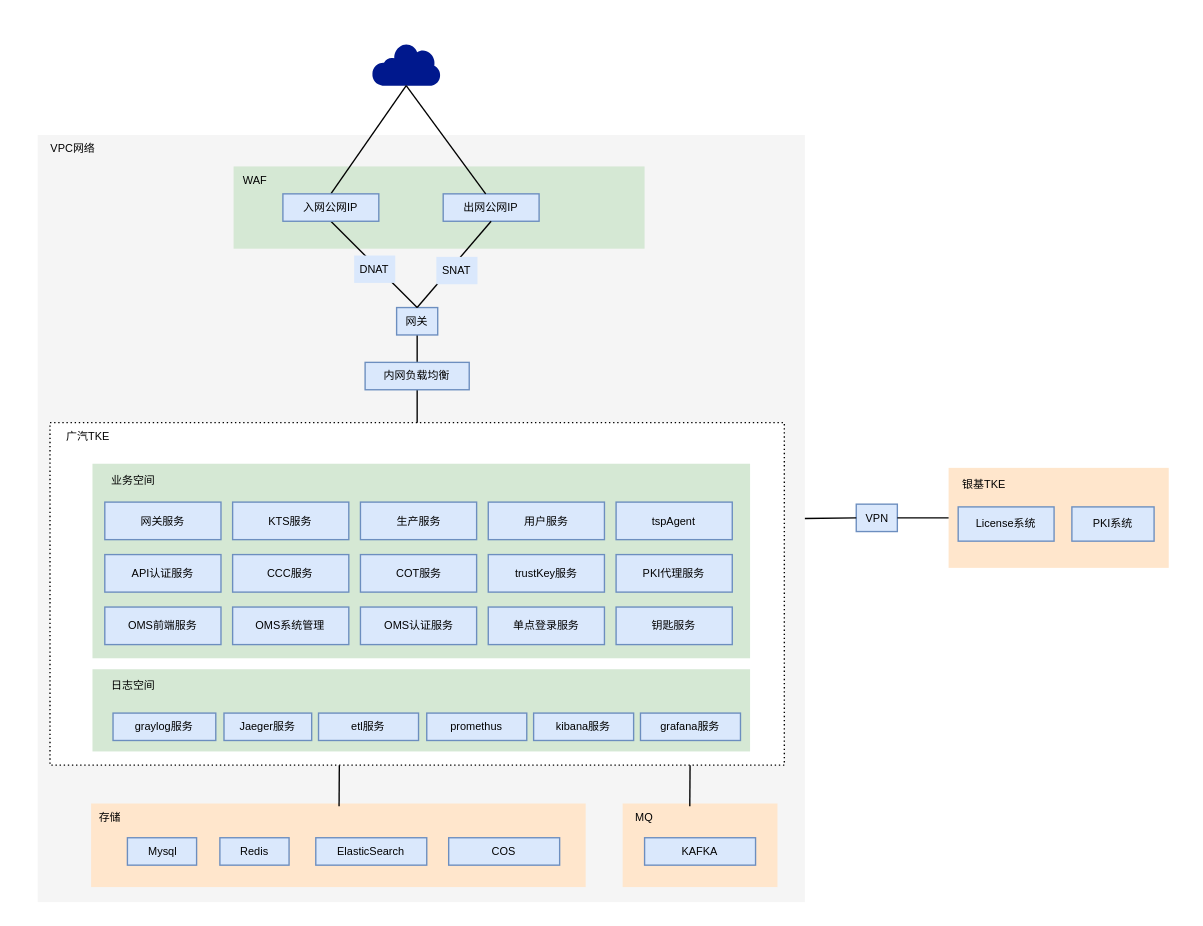
This is 未命名绘图.drawio from jianguocong/chart, a draw.io file, before an edit. Source tidied: cells renumbered, new cells numbered last; positions are measured from the earlier drawing's top-left corner, leaving out a move shared by most shapes. Both pictures are drawn from the tidied source at 137%, with x=0, y=0 at pixel (27, 42).
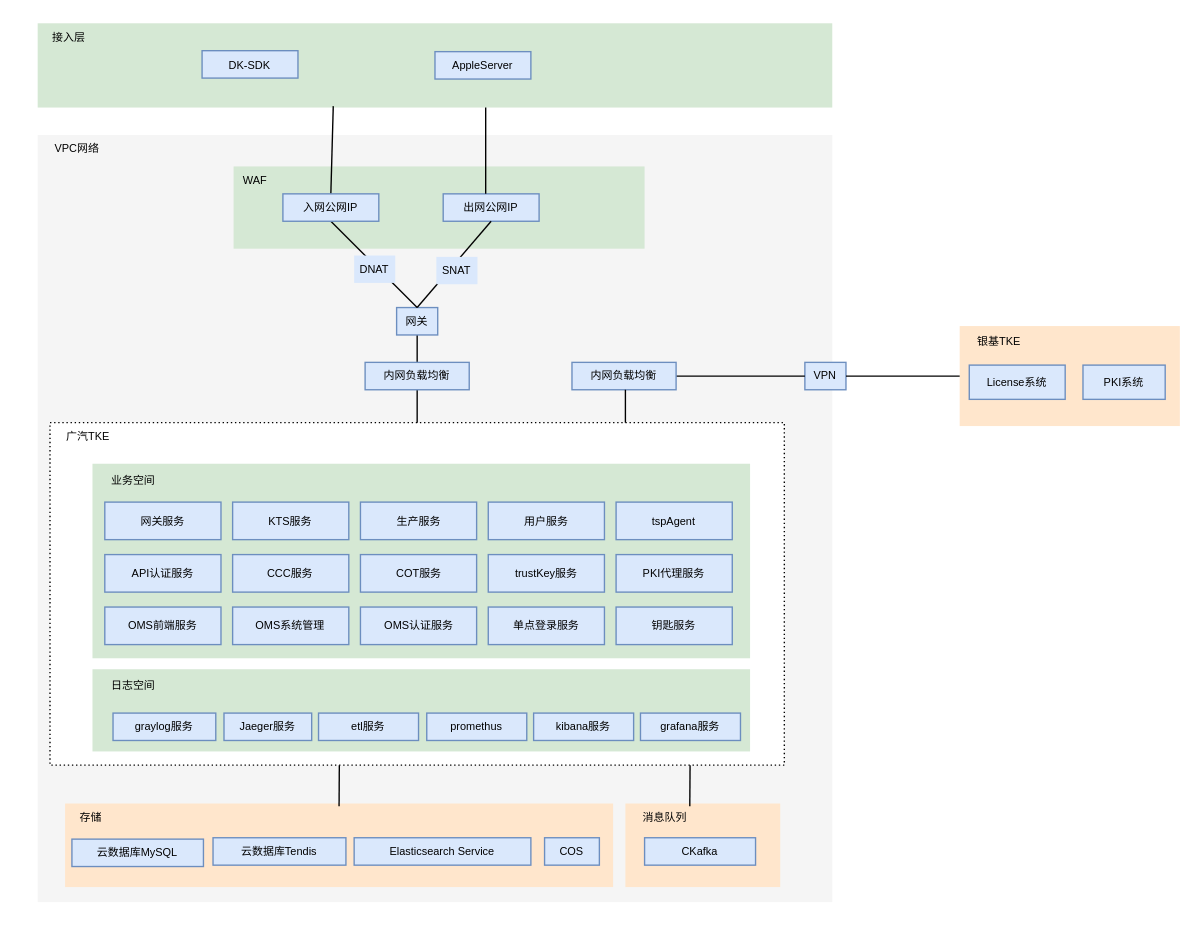
The same page after the edit.

Commit message (it also covers changes not shown here):
更新未命名绘图.drawio

Unchanged cells that the change refers to:
```xml
<mxCell id="23" value="出网公网IP" style="rounded=0;whiteSpace=wrap;html=1;fillColor=#dae8fc;strokeColor=#6c8ebf;fontSize=8;" parent="1" vertex="1">
  <mxGeometry x="303" y="110" width="70" height="20" as="geometry" />
</mxCell>
```

What changed in the source:
```diff
@@
+    <mxCell id="67" style="rounded=0;whiteSpace=wrap;html=1;fillColor=#d5e8d4;strokeColor=none;fontSize=8;" parent="1" vertex="1">
+      <mxGeometry x="7" y="-14.5" width="580" height="61.5" as="geometry" />
+    </mxCell>
     <mxCell id="2" style="rounded=0;whiteSpace=wrap;html=1;fillColor=#f5f5f5;strokeColor=none;fontSize=8;fontColor=#333333;" parent="1" vertex="1">
-      <mxGeometry x="7" y="67" width="560" height="560" as="geometry" />
+      <mxGeometry x="7" y="67" width="580" height="560" as="geometry" />
     </mxCell>
@@
     <mxCell id="5" style="rounded=0;whiteSpace=wrap;html=1;fillColor=#ffe6cc;strokeColor=none;fontSize=8;" parent="1" vertex="1">
-      <mxGeometry x="46" y="555" width="361" height="61" as="geometry" />
+      <mxGeometry x="27" y="555" width="400" height="61" as="geometry" />
     </mxCell>
@@
-    <mxCell id="10" style="sketch=0;shadow=0;dashed=0;html=1;strokeColor=none;labelPosition=center;verticalLabelPosition=bottom;verticalAlign=top;align=center;fillColor=#00188D;shape=mxgraph.mscae.enterprise.internet;fontSize=8;" parent="1" vertex="1">
-      <mxGeometry x="251" width="50" height="31" as="geometry" />
-    </mxCell>
@@
     <mxCell id="13" style="rounded=0;whiteSpace=wrap;html=1;fillColor=#ffe6cc;strokeColor=none;fontSize=8;" parent="1" vertex="1">
-      <mxGeometry x="671.9" y="310" width="160.7" height="73" as="geometry" />
+      <mxGeometry x="680" y="206.5" width="160.7" height="73" as="geometry" />
     </mxCell>
     <mxCell id="14" value="PKI系统" style="rounded=0;whiteSpace=wrap;html=1;fillColor=#dae8fc;strokeColor=#6c8ebf;fontSize=8;" parent="1" vertex="1">
-      <mxGeometry x="761.9" y="338.5" width="60" height="25" as="geometry" />
+      <mxGeometry x="770" y="235" width="60" height="25" as="geometry" />
     </mxCell>
     <mxCell id="15" value="银基TKE" style="rounded=0;whiteSpace=wrap;html=1;strokeColor=none;fillColor=none;fontSize=8;" parent="1" vertex="1">
-      <mxGeometry x="668.9" y="311.5" width="58" height="20" as="geometry" />
+      <mxGeometry x="680" y="208" width="58" height="20" as="geometry" />
     </mxCell>
     <mxCell id="16" value="VPN" style="rounded=0;whiteSpace=wrap;html=1;fillColor=#dae8fc;strokeColor=#6c8ebf;fontSize=8;" parent="1" vertex="1">
-      <mxGeometry x="604.5" y="336.5" width="30" height="20" as="geometry" />
+      <mxGeometry x="567" y="233" width="30" height="20" as="geometry" />
     </mxCell>
-    <mxCell id="17" style="endArrow=none;html=1;rounded=0;entryX=0;entryY=0.5;entryDx=0;entryDy=0;fontSize=8;exitX=1;exitY=0.5;exitDx=0;exitDy=0;" parent="1" edge="1" source="2" target="16">
+    <mxCell id="17" style="endArrow=none;html=1;rounded=0;entryX=0;entryY=0.5;entryDx=0;entryDy=0;fontSize=8;exitX=1;exitY=0.5;exitDx=0;exitDy=0;" parent="1" edge="1" source="68" target="16">
       <mxGeometry relative="1" as="geometry" />
     </mxCell>
@@
     <mxCell id="19" value="License系统" style="rounded=0;whiteSpace=wrap;html=1;fillColor=#dae8fc;strokeColor=#6c8ebf;fontSize=8;" parent="1" vertex="1">
-      <mxGeometry x="678.9" y="338.5" width="70" height="25" as="geometry" />
+      <mxGeometry x="687" y="235" width="70" height="25" as="geometry" />
     </mxCell>
@@
-    <mxCell id="25" style="endArrow=none;html=1;rounded=0;entryX=0.443;entryY=0;entryDx=0;entryDy=0;exitX=0.5;exitY=1;exitDx=0;exitDy=0;exitPerimeter=0;entryPerimeter=0;fontSize=8;" parent="1" edge="1" source="10" target="23">
-      <mxGeometry relative="1" as="geometry" />
+    <mxCell id="25" style="endArrow=none;html=1;rounded=0;entryX=0.443;entryY=0;entryDx=0;entryDy=0;entryPerimeter=0;fontSize=8;" parent="1" edge="1" target="23">
+      <mxGeometry relative="1" as="geometry">
+        <mxPoint x="334" y="47" as="sourcePoint" />
+      </mxGeometry>
     </mxCell>
-    <mxCell id="26" style="endArrow=none;html=1;rounded=0;entryX=0.5;entryY=0;entryDx=0;entryDy=0;exitX=0.5;exitY=1;exitDx=0;exitDy=0;exitPerimeter=0;fontSize=8;" parent="1" edge="1" source="10">
+    <mxCell id="26" style="endArrow=none;html=1;rounded=0;entryX=0.5;entryY=0;entryDx=0;entryDy=0;fontSize=8;exitX=0.372;exitY=0.983;exitDx=0;exitDy=0;exitPerimeter=0;" parent="1" edge="1" source="67">
       <mxGeometry relative="1" as="geometry">
         <mxPoint x="221" y="110" as="targetPoint" />
       </mxGeometry>
     </mxCell>
@@
     <mxCell id="28" value="存储" style="rounded=0;whiteSpace=wrap;html=1;strokeColor=none;fillColor=none;fontSize=8;" parent="1" vertex="1">
-      <mxGeometry x="27" y="555" width="66" height="20" as="geometry" />
+      <mxGeometry x="13" y="555" width="66" height="20" as="geometry" />
     </mxCell>
-    <mxCell id="29" value="ElasticSearch" style="rounded=0;whiteSpace=wrap;html=1;fillColor=#dae8fc;strokeColor=#6c8ebf;fontSize=8;" parent="1" vertex="1">
-      <mxGeometry x="210" y="580" width="81" height="20" as="geometry" />
+    <mxCell id="29" value="Elasticsearch Service" style="rounded=0;whiteSpace=wrap;html=1;fillColor=#dae8fc;strokeColor=#6c8ebf;fontSize=8;" parent="1" vertex="1">
+      <mxGeometry x="238" y="580" width="129" height="20" as="geometry" />
     </mxCell>
-    <mxCell id="30" value="Mysql" style="rounded=0;whiteSpace=wrap;html=1;fillColor=#dae8fc;strokeColor=#6c8ebf;fontSize=8;" parent="1" vertex="1">
-      <mxGeometry x="72.5" y="580" width="50.5" height="20" as="geometry" />
+    <mxCell id="30" value="云数据库MySQL" style="rounded=0;whiteSpace=wrap;html=1;fillColor=#dae8fc;strokeColor=#6c8ebf;fontSize=8;" parent="1" vertex="1">
+      <mxGeometry x="32" y="581" width="96" height="20" as="geometry" />
     </mxCell>
-    <mxCell id="31" value="Redis" style="rounded=0;whiteSpace=wrap;html=1;fillColor=#dae8fc;strokeColor=#6c8ebf;fontSize=8;" parent="1" vertex="1">
-      <mxGeometry x="140" y="580" width="50.5" height="20" as="geometry" />
+    <mxCell id="31" value="云数据库Tendis" style="rounded=0;whiteSpace=wrap;html=1;fillColor=#dae8fc;strokeColor=#6c8ebf;fontSize=8;" parent="1" vertex="1">
+      <mxGeometry x="135" y="580" width="97" height="20" as="geometry" />
     </mxCell>
@@
     <mxCell id="48" value="&lt;font style=&quot;font-size: 8px;&quot;&gt;VPC网络&lt;/font&gt;" style="rounded=0;whiteSpace=wrap;html=1;fillColor=none;strokeColor=none;fontSize=8;" parent="1" vertex="1">
-      <mxGeometry y="67" width="66" height="20" as="geometry" />
+      <mxGeometry x="3" y="67" width="66" height="20" as="geometry" />
     </mxCell>
@@
     <mxCell id="59" value="COS" style="rounded=0;whiteSpace=wrap;html=1;fillColor=#dae8fc;strokeColor=#6c8ebf;fontSize=8;" parent="1" vertex="1">
-      <mxGeometry x="307" y="580" width="81" height="20" as="geometry" />
+      <mxGeometry x="377" y="580" width="40" height="20" as="geometry" />
     </mxCell>
     <mxCell id="60" style="rounded=0;whiteSpace=wrap;html=1;fillColor=#ffe6cc;strokeColor=none;fontSize=8;" parent="1" vertex="1">
-      <mxGeometry x="434" y="555" width="113" height="61" as="geometry" />
+      <mxGeometry x="436" y="555" width="113" height="61" as="geometry" />
     </mxCell>
-    <mxCell id="61" value="KAFKA" style="rounded=0;whiteSpace=wrap;html=1;fillColor=#dae8fc;strokeColor=#6c8ebf;fontSize=8;" parent="1" vertex="1">
+    <mxCell id="61" value="CKafka" style="rounded=0;whiteSpace=wrap;html=1;fillColor=#dae8fc;strokeColor=#6c8ebf;fontSize=8;" parent="1" vertex="1">
       <mxGeometry x="450" y="580" width="81" height="20" as="geometry" />
     </mxCell>
-    <mxCell id="62" value="MQ" style="rounded=0;whiteSpace=wrap;html=1;strokeColor=none;fillColor=none;fontSize=8;" parent="1" vertex="1">
-      <mxGeometry x="417" y="555" width="66" height="20" as="geometry" />
+    <mxCell id="62" value="消息队列" style="rounded=0;whiteSpace=wrap;html=1;strokeColor=none;fillColor=none;fontSize=8;" parent="1" vertex="1">
+      <mxGeometry x="432" y="555" width="66" height="20" as="geometry" />
     </mxCell>
@@
+    <mxCell id="68" value="内网负载均衡" style="rounded=0;whiteSpace=wrap;html=1;fillColor=#dae8fc;strokeColor=#6c8ebf;fontSize=8;" parent="1" vertex="1">
+      <mxGeometry x="397" y="233" width="76" height="20" as="geometry" />
+    </mxCell>
+    <mxCell id="69" style="endArrow=none;html=1;rounded=0;fontSize=8;entryX=0.5;entryY=0;entryDx=0;entryDy=0;exitX=0.5;exitY=1;exitDx=0;exitDy=0;" parent="1" edge="1">
+      <mxGeometry relative="1" as="geometry">
+        <mxPoint x="436" y="253" as="sourcePoint" />
+        <mxPoint x="436" y="277" as="targetPoint" />
+      </mxGeometry>
+    </mxCell>
+    <mxCell id="70" value="接入层" style="rounded=0;whiteSpace=wrap;html=1;fillColor=none;strokeColor=none;fontSize=8;" parent="1" vertex="1">
+      <mxGeometry x="-3" y="-14.5" width="66" height="20" as="geometry" />
+    </mxCell>
+    <mxCell id="71" value="DK-SDK" style="rounded=0;whiteSpace=wrap;html=1;fillColor=#dae8fc;strokeColor=#6c8ebf;fontSize=8;" parent="1" vertex="1">
+      <mxGeometry x="127" y="5.5" width="70" height="20" as="geometry" />
+    </mxCell>
+    <mxCell id="72" value="AppleServer" style="rounded=0;whiteSpace=wrap;html=1;fillColor=#dae8fc;strokeColor=#6c8ebf;fontSize=8;" parent="1" vertex="1">
+      <mxGeometry x="297" y="6.2" width="70" height="20" as="geometry" />
+    </mxCell>
```
